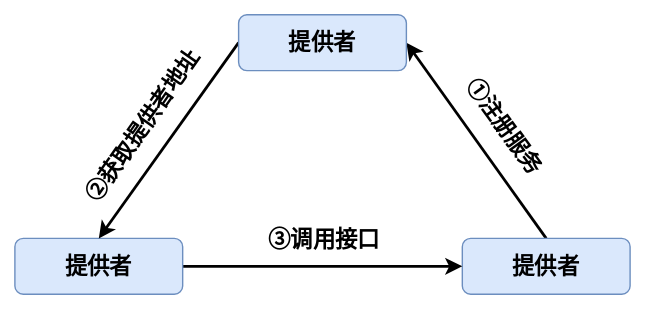
The draw.io diagram 计算机网络/RPC详解/RPC简易模型.drawio.svg in Developer-Tang/notes, before a commit. Source tidied: cells renumbered, new cells last; positions are measured from the earlier drawing's top-left corner, leaving out a move shared by most shapes.
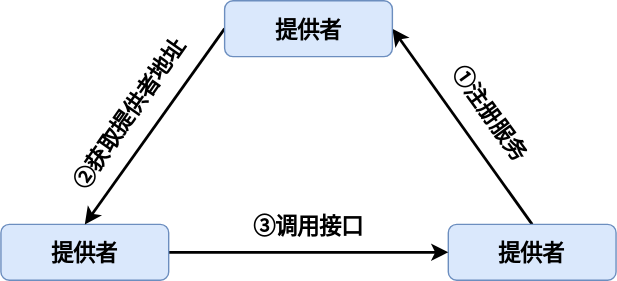
After the commit.

Change to the diagram source:
```diff
@@ -2,37 +2,37 @@
   <root>
     <mxCell id="0" />
     <mxCell id="1" parent="0" />
-    <mxCell id="2" style="rounded=0;jettySize=auto;html=1;exitX=0.5;exitY=0;exitDx=0;exitDy=0;entryX=1;entryY=0.5;entryDx=0;entryDy=0;strokeWidth=2;fontSize=16;fontStyle=1;" parent="1" edge="1" source="4" target="10">
+    <mxCell id="2" style="rounded=0;jettySize=auto;exitX=0.5;exitY=0;exitDx=0;exitDy=0;entryX=1;entryY=0.5;entryDx=0;entryDy=0;strokeWidth=2;fontSize=16;fontStyle=1;labelBackgroundColor=none;" parent="1" edge="1" source="4" target="10">
       <mxGeometry relative="1" as="geometry" />
     </mxCell>
-    <mxCell id="3" value="①注册服务" style="edgeLabel;html=1;align=center;verticalAlign=middle;fontSize=16;rotation=54;fontStyle=1;" parent="2" vertex="1">
+    <mxCell id="3" value="①注册服务" style="edgeLabel;align=center;verticalAlign=middle;fontSize=16;rotation=54;fontStyle=1;labelBackgroundColor=none;" parent="2" vertex="1">
       <mxGeometry x="0.24" y="3" relative="1" as="geometry">
         <mxPoint x="35" y="5" as="offset" />
       </mxGeometry>
     </mxCell>
-    <mxCell id="4" value="提供者" style="rounded=1;whiteSpace=wrap;html=1;fillColor=#dae8fc;strokeColor=#6c8ebf;fontSize=16;fontStyle=1;" parent="1" vertex="1">
+    <mxCell id="4" value="提供者" style="rounded=1;fillColor=#dae8fc;strokeColor=#6c8ebf;fontSize=16;fontStyle=1;labelBackgroundColor=none;" parent="1" vertex="1">
       <mxGeometry x="320" y="160" width="120" height="40" as="geometry" />
     </mxCell>
-    <mxCell id="5" style="edgeStyle=none;rounded=0;jettySize=auto;html=1;exitX=1;exitY=0.5;exitDx=0;exitDy=0;strokeWidth=2;fontSize=16;fontStyle=1;" parent="1" edge="1" source="7" target="4">
+    <mxCell id="5" style="edgeStyle=none;rounded=0;jettySize=auto;exitX=1;exitY=0.5;exitDx=0;exitDy=0;strokeWidth=2;fontSize=16;fontStyle=1;labelBackgroundColor=none;" parent="1" edge="1" source="7" target="4">
       <mxGeometry relative="1" as="geometry" />
     </mxCell>
-    <mxCell id="6" value="③调用接口" style="edgeLabel;html=1;align=center;verticalAlign=middle;fontSize=16;fontStyle=1;" parent="5" vertex="1">
+    <mxCell id="6" value="③调用接口" style="edgeLabel;align=center;verticalAlign=middle;fontSize=16;fontStyle=1;labelBackgroundColor=none;" parent="5" vertex="1">
       <mxGeometry x="-0.44" y="2" relative="1" as="geometry">
         <mxPoint x="44" y="-18" as="offset" />
       </mxGeometry>
     </mxCell>
-    <mxCell id="7" value="提供者" style="rounded=1;whiteSpace=wrap;html=1;fillColor=#dae8fc;strokeColor=#6c8ebf;fontSize=16;fontStyle=1;" parent="1" vertex="1">
+    <mxCell id="7" value="提供者" style="rounded=1;fillColor=#dae8fc;strokeColor=#6c8ebf;fontSize=16;fontStyle=1;labelBackgroundColor=none;" parent="1" vertex="1">
       <mxGeometry y="160" width="120" height="40" as="geometry" />
     </mxCell>
-    <mxCell id="8" style="edgeStyle=none;rounded=0;jettySize=auto;html=1;exitX=0;exitY=0.5;exitDx=0;exitDy=0;entryX=0.5;entryY=0;entryDx=0;entryDy=0;strokeWidth=2;fontSize=16;fontStyle=1;" parent="1" edge="1" source="10" target="7">
+    <mxCell id="8" style="edgeStyle=none;rounded=0;jettySize=auto;exitX=0;exitY=0.5;exitDx=0;exitDy=0;entryX=0.5;entryY=0;entryDx=0;entryDy=0;strokeWidth=2;fontSize=16;fontStyle=1;labelBackgroundColor=none;" parent="1" edge="1" source="10" target="7">
       <mxGeometry relative="1" as="geometry" />
     </mxCell>
-    <mxCell id="9" value="②获取提供者地址" style="edgeLabel;html=1;align=center;verticalAlign=middle;fontSize=16;rotation=-55;fontStyle=1;" parent="8" vertex="1">
+    <mxCell id="9" value="②获取提供者地址" style="edgeLabel;align=center;verticalAlign=middle;fontSize=16;rotation=-55;fontStyle=1;labelBackgroundColor=none;" parent="8" vertex="1">
       <mxGeometry x="0.16" y="-2" relative="1" as="geometry">
         <mxPoint x="-10" y="-20" as="offset" />
       </mxGeometry>
     </mxCell>
-    <mxCell id="10" value="提供者" style="rounded=1;whiteSpace=wrap;html=1;fillColor=#dae8fc;strokeColor=#6c8ebf;fontSize=16;fontStyle=1;" parent="1" vertex="1">
+    <mxCell id="10" value="提供者" style="rounded=1;fillColor=#dae8fc;strokeColor=#6c8ebf;fontSize=16;fontStyle=1;labelBackgroundColor=none;" parent="1" vertex="1">
       <mxGeometry x="160" width="120" height="40" as="geometry" />
     </mxCell>
   </root>
```
